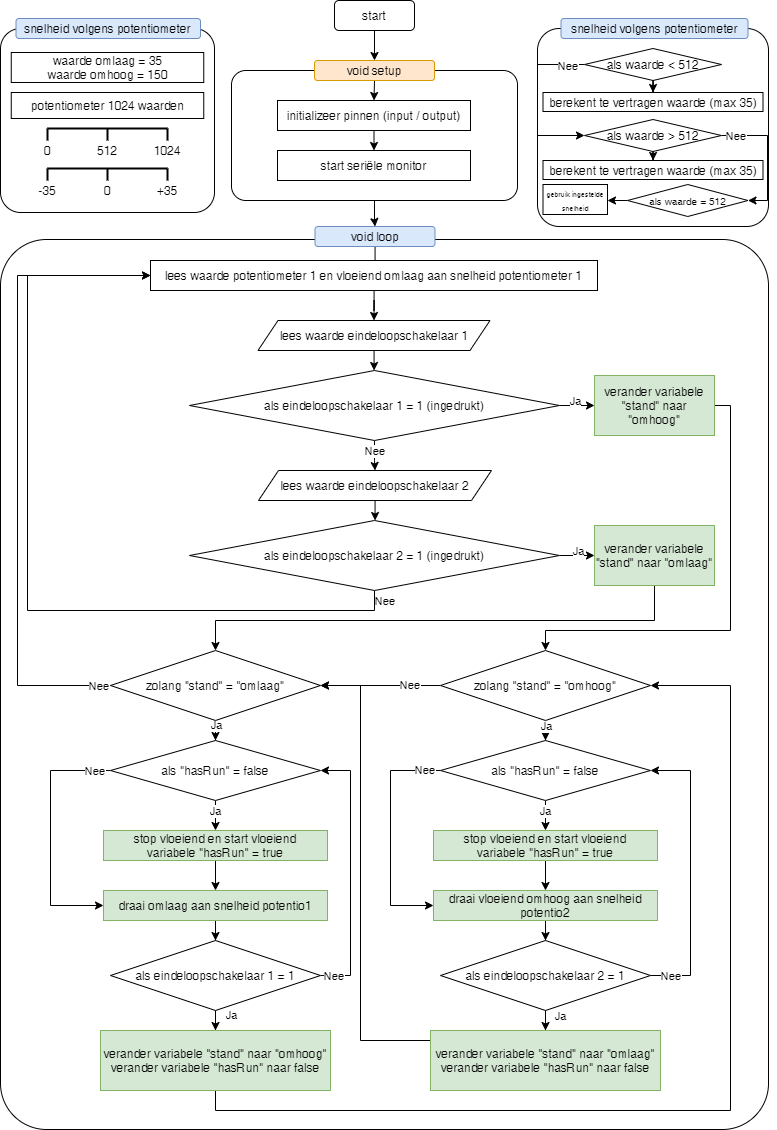
This is flow.png from crearth/c, a draw.io export, as it was before one commit. Source tidied: cells renumbered, new cells last; positions are measured from the earlier drawing's top-left corner, leaving out a move shared by most shapes.
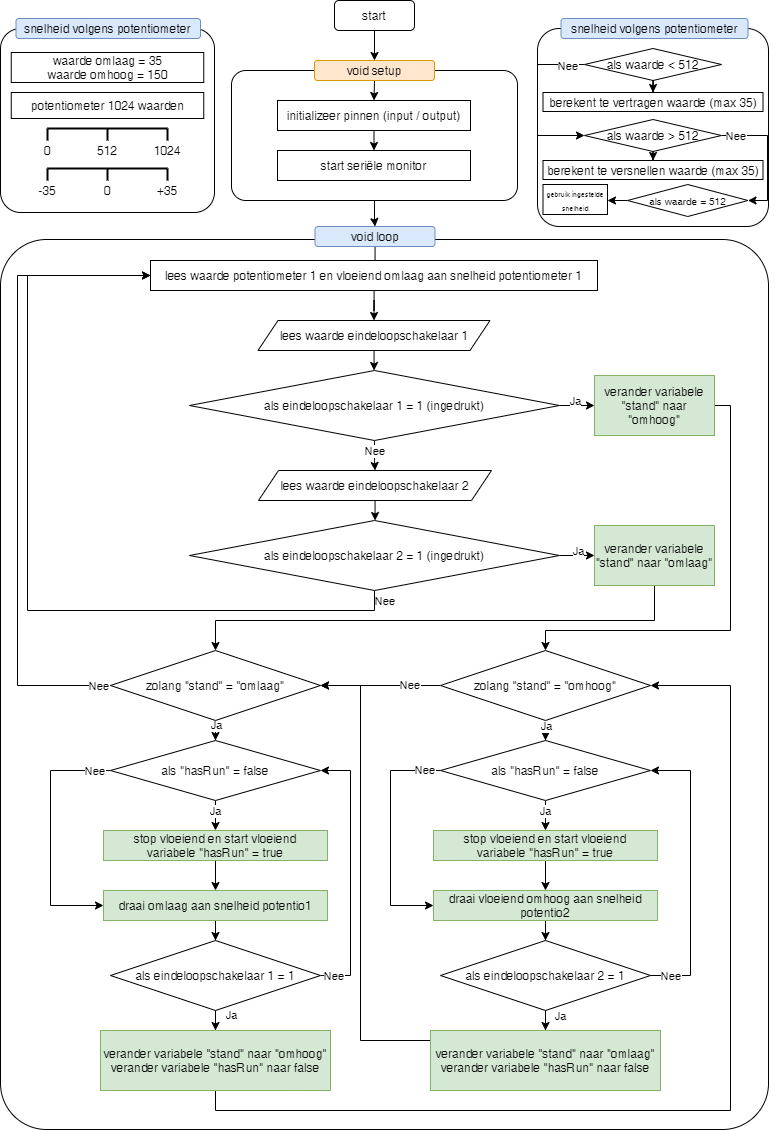
The same file after the commit.

What changed in the source:
```diff
@@ -427,7 +427,7 @@
     <mxCell id="103" value="als waarde &amp;gt; 512" style="rhombus;whiteSpace=wrap;html=1;rounded=0;" parent="1" vertex="1">
       <mxGeometry x="584" y="119" width="137" height="32" as="geometry" />
     </mxCell>
-    <mxCell id="104" value="berekent te vertragen waarde (max 35)" style="rounded=0;whiteSpace=wrap;html=1;" parent="1" vertex="1">
+    <mxCell id="104" value="berekent te versnellen waarde (max 35)" style="rounded=0;whiteSpace=wrap;html=1;" parent="1" vertex="1">
       <mxGeometry x="542.5" y="160" width="220" height="19" as="geometry" />
     </mxCell>
     <mxCell id="105" style="edgeStyle=orthogonalEdgeStyle;rounded=0;jettySize=auto;html=1;" parent="1" edge="1" source="106" target="107">
```
